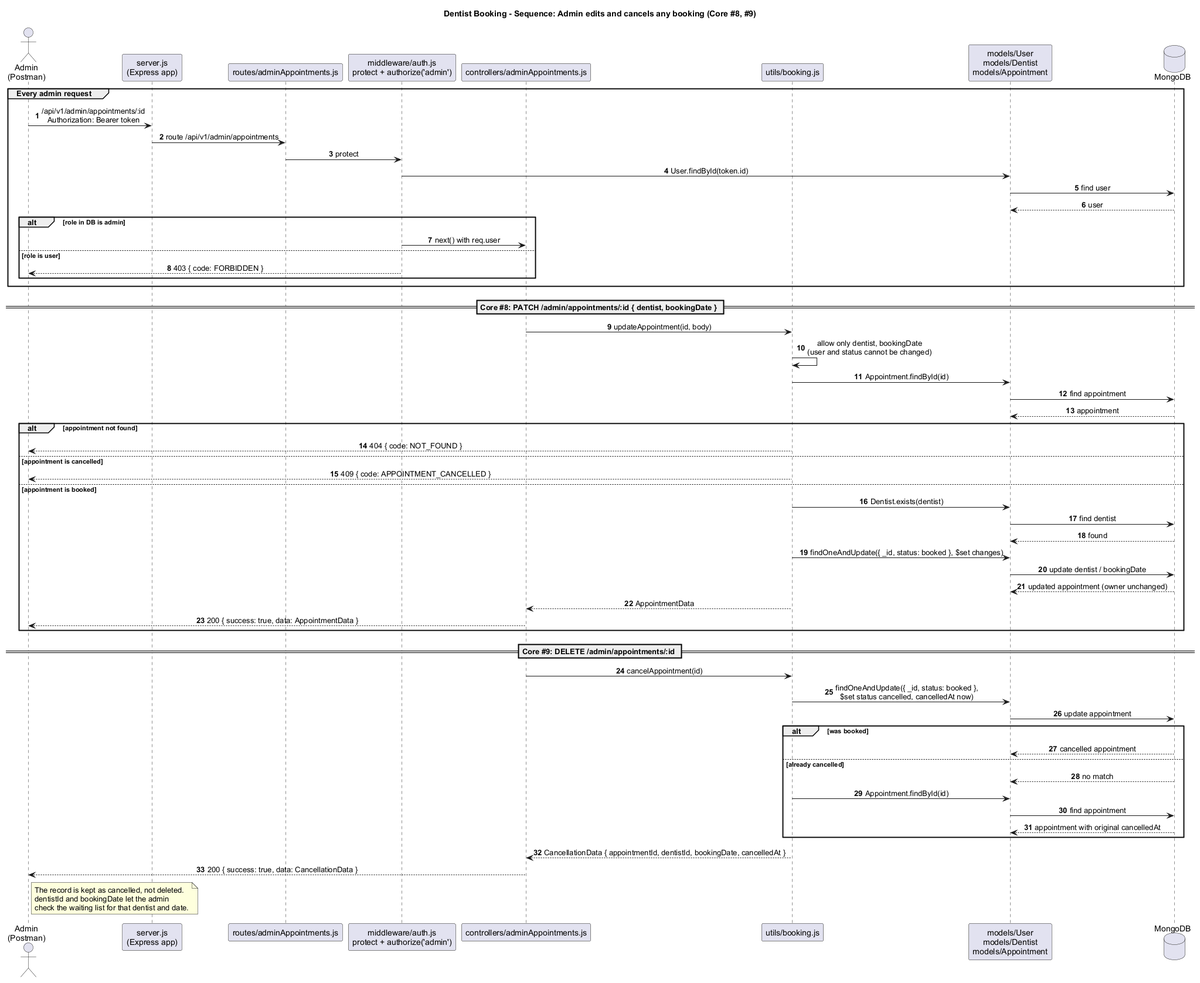
EXZEy1/sw-dev-prac-project keeps this PlantUML diagram as docs/diagrams/sequence-core-admin-edit-cancel.png. Above is the earlier version.
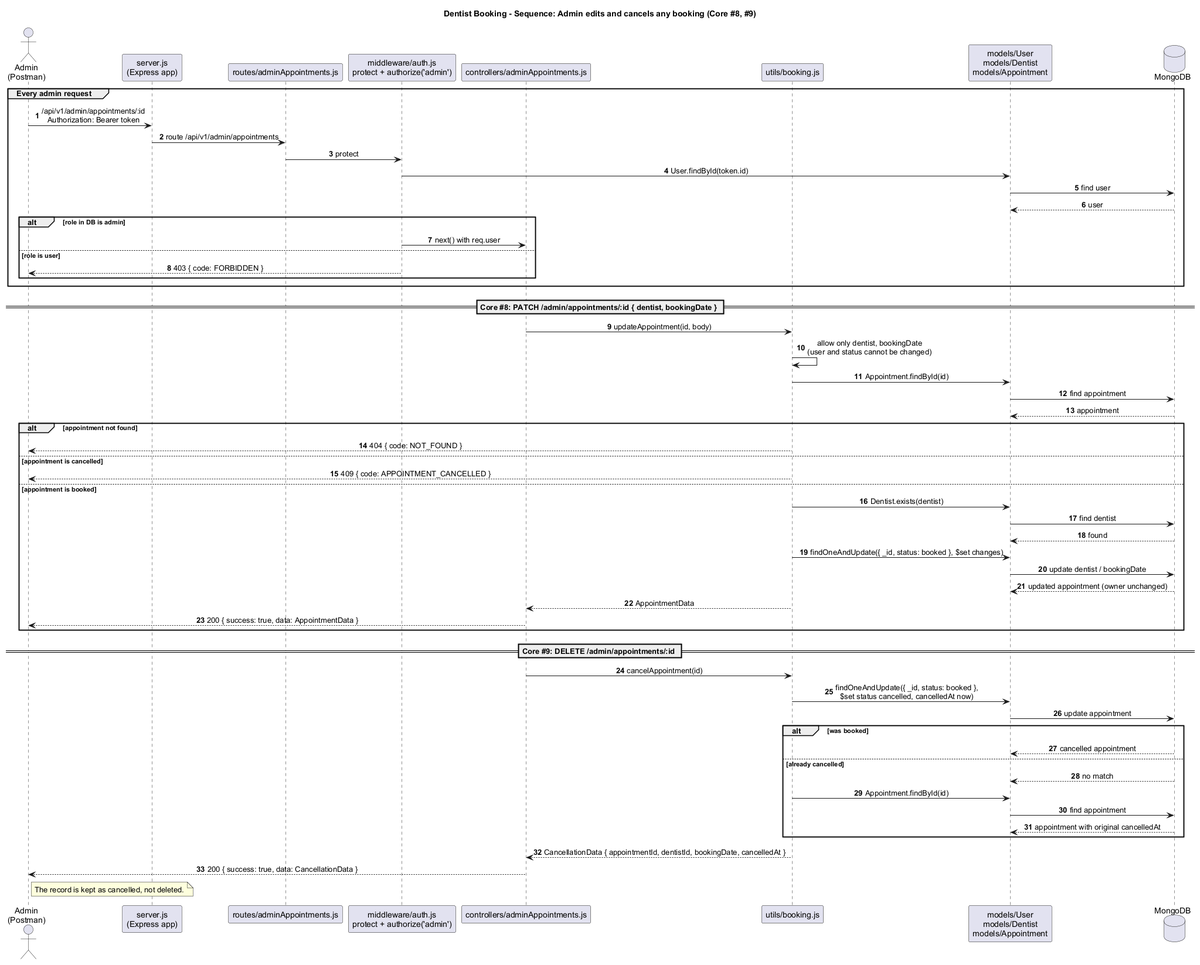
Later version of the same file.

Commit message:
docs(diagrams): keep admin sequence to core requirements only

What changed in the source:
```diff
@@ -66,7 +66,5 @@
 Controller --> Client : 200 { success: true, data: CancellationData }
 note right of Client
   The record is kept as cancelled, not deleted.
-  dentistId and bookingDate let the admin
-  check the waiting list for that dentist and date.
 end note
 @enduml
```
